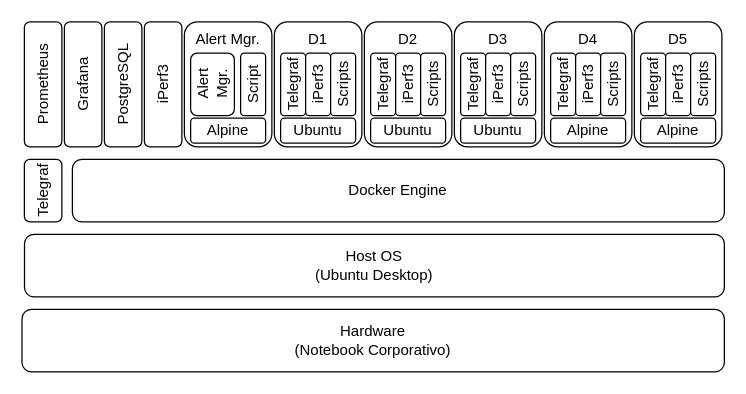
This is texto/Diagrams/v4-prometheus/final_stack.drawio from vitorco7/saturmon, a draw.io file, before an edit. Source tidied: cells renumbered, new cells numbered last; positions are measured from the earlier drawing's top-left corner, leaving out a move shared by most shapes. Both pictures are drawn from the tidied source at 125%, with x=0, y=0 at pixel (21, 21).
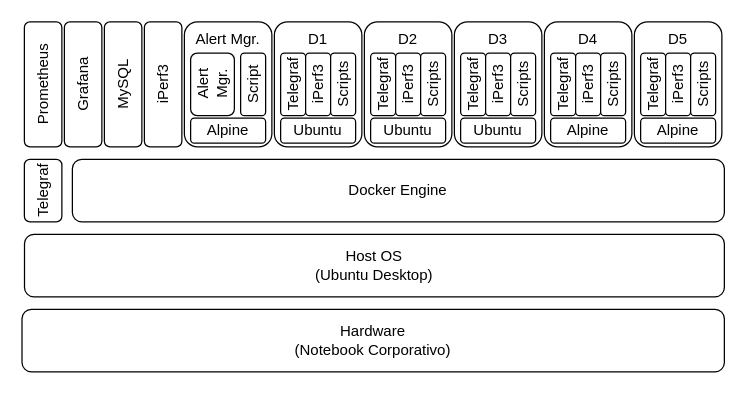
The same page after the edit.

What changed in the source:
```diff
@@
-    <mxCell id="5" value="PostgreSQL" style="rounded=1;whiteSpace=wrap;html=1;direction=south;horizontal=0;" parent="1" vertex="1">
+    <mxCell id="5" value="MySQL" style="rounded=1;whiteSpace=wrap;html=1;direction=south;horizontal=0;" parent="1" vertex="1">
       <mxGeometry x="66" width="30" height="100" as="geometry" />
     </mxCell>
```
